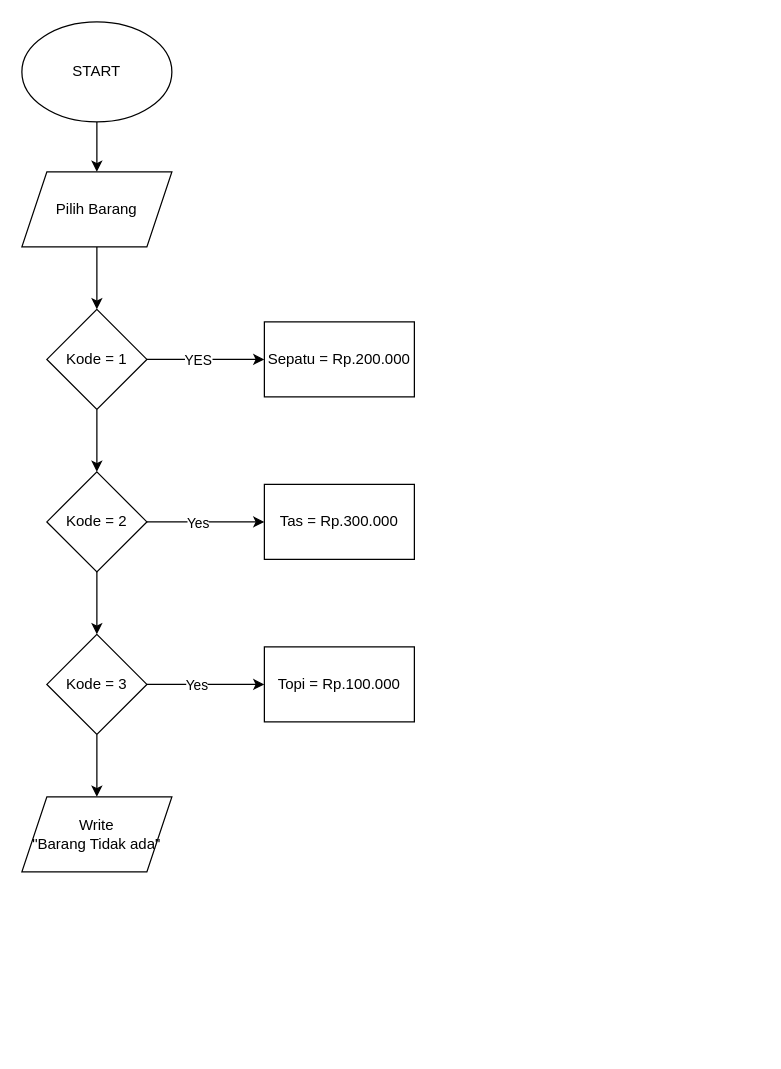
Before: flowchart.drawio in Fajar-Putra-Setiawan/Fajar_Putra-Sistem_Kasir, a draw.io diagram. Source tidied: cells renumbered, new cells numbered last; positions are measured from the earlier drawing's top-left corner, leaving out a move shared by most shapes. Both pictures are drawn from the tidied source at 125%, with x=0, y=0 at pixel (21, 21).
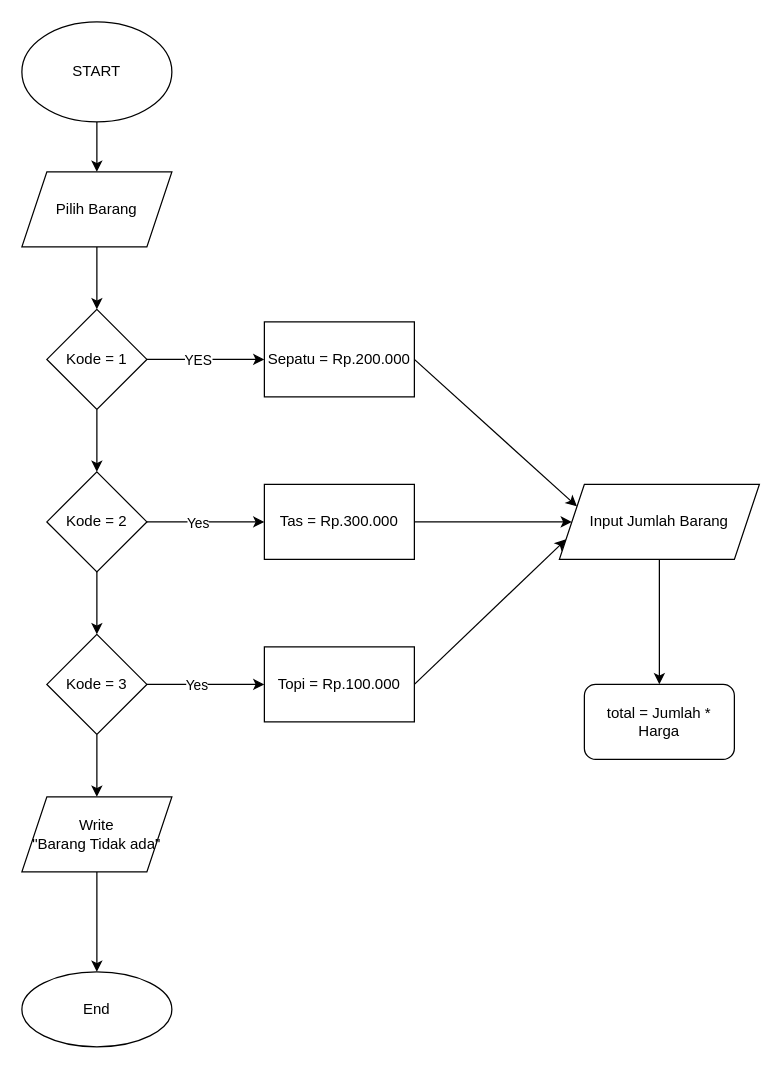
The same page after the edit.

Commit message:
inisialisasi rumus perhitungan total harga

The change refers to these unchanged cells:
```xml
<mxCell id="18" value="Write&lt;br&gt;&quot;Barang Tidak ada&quot;" style="shape=parallelogram;perimeter=parallelogramPerimeter;whiteSpace=wrap;html=1;fixedSize=1;" parent="1" vertex="1">
  <mxGeometry y="620" width="120" height="60" as="geometry" />
</mxCell>
<mxCell id="19" value="Sepatu = Rp.200.000" style="whiteSpace=wrap;html=1;" parent="1" vertex="1">
  <mxGeometry x="194" y="240" width="120" height="60" as="geometry" />
</mxCell>
<mxCell id="20" value="Tas = Rp.300.000" style="whiteSpace=wrap;html=1;" parent="1" vertex="1">
  <mxGeometry x="194" y="370" width="120" height="60" as="geometry" />
</mxCell>
<mxCell id="21" value="Topi = Rp.100.000" style="whiteSpace=wrap;html=1;" parent="1" vertex="1">
  <mxGeometry x="194" y="500" width="120" height="60" as="geometry" />
</mxCell>
```

Change to the diagram source:
```diff
@@
+    <mxCell id="22" style="edgeStyle=none;html=1;" parent="1" edge="1" source="18" target="29">
+      <mxGeometry relative="1" as="geometry" />
+    </mxCell>
@@
+    <mxCell id="23" value="Input Jumlah Barang" style="shape=parallelogram;perimeter=parallelogramPerimeter;whiteSpace=wrap;html=1;fixedSize=1;" parent="1" vertex="1">
+      <mxGeometry x="430" y="370" width="160" height="60" as="geometry" />
+    </mxCell>
+    <mxCell id="24" style="endArrow=classic;html=1;exitX=1;exitY=0.5;exitDx=0;exitDy=0;entryX=0;entryY=0.25;entryDx=0;entryDy=0;" parent="1" edge="1" source="19" target="23">
+      <mxGeometry relative="1" as="geometry" />
+    </mxCell>
+    <mxCell id="25" style="endArrow=classic;html=1;exitX=1;exitY=0.5;exitDx=0;exitDy=0;entryX=0;entryY=0.5;entryDx=0;entryDy=0;" parent="1" edge="1" source="20" target="23">
+      <mxGeometry relative="1" as="geometry" />
+    </mxCell>
+    <mxCell id="26" style="endArrow=classic;html=1;exitX=1;exitY=0.5;exitDx=0;exitDy=0;entryX=0;entryY=0.75;entryDx=0;entryDy=0;" parent="1" edge="1" source="21" target="23">
+      <mxGeometry relative="1" as="geometry" />
+    </mxCell>
+    <mxCell id="27" value="total = Jumlah * Harga" style="rounded=1;whiteSpace=wrap;html=1;" parent="1" vertex="1">
+      <mxGeometry x="450" y="530" width="120" height="60" as="geometry" />
+    </mxCell>
+    <mxCell id="28" style="endArrow=classic;html=1;exitX=0.5;exitY=1;exitDx=0;exitDy=0;entryX=0.5;entryY=0;entryDx=0;entryDy=0;" parent="1" edge="1" source="23" target="27">
+      <mxGeometry relative="1" as="geometry" />
+    </mxCell>
+    <mxCell id="29" value="End" style="ellipse;whiteSpace=wrap;html=1;" parent="1" vertex="1">
+      <mxGeometry y="760" width="120" height="60" as="geometry" />
+    </mxCell>
```
